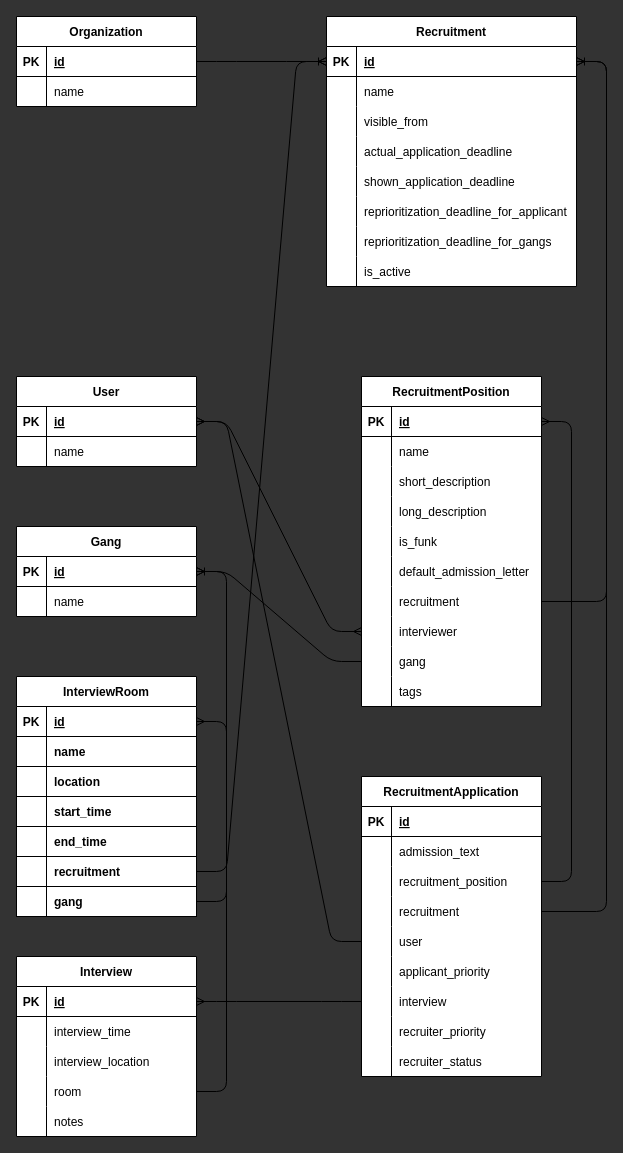
Before: backend/database/recruitment_schema.drawio in Samfundet/Samfundet4, a draw.io diagram. Source tidied: cells renumbered, new cells numbered last; positions are measured from the earlier drawing's top-left corner, leaving out a move shared by most shapes. Both pictures are drawn from the tidied source at 100%, with x=0, y=0 at pixel (16, 16).
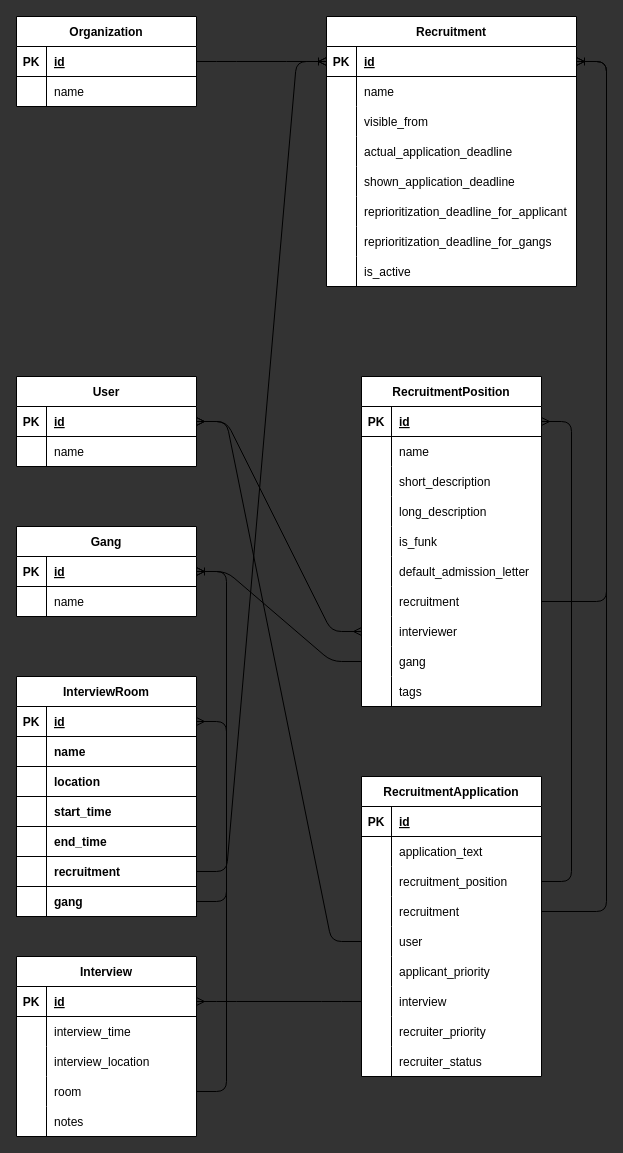
The same diagram, later.

The change refers to these unchanged cells:
```xml
<mxCell id="86" style="shape=tableRow;horizontal=0;startSize=0;swimlaneHead=0;swimlaneBody=0;fillColor=none;top=0;left=0;right=0;bottom=0;" parent="82" vertex="1">
  <mxGeometry y="60" width="180" height="30" as="geometry" />
</mxCell>
```

Diff of the diagram source:
```diff
@@
-    <mxCell id="88" value="admission_text" style="shape=partialRectangle;fillColor=none;top=0;left=0;bottom=0;right=0;align=left;spacingLeft=6;overflow=hidden;" parent="86" vertex="1">
+    <mxCell id="88" value="application_text" style="shape=partialRectangle;fillColor=none;top=0;left=0;bottom=0;right=0;align=left;spacingLeft=6;overflow=hidden;" parent="86" vertex="1">
       <mxGeometry x="30" width="150" height="30" as="geometry" />
     </mxCell>
```
